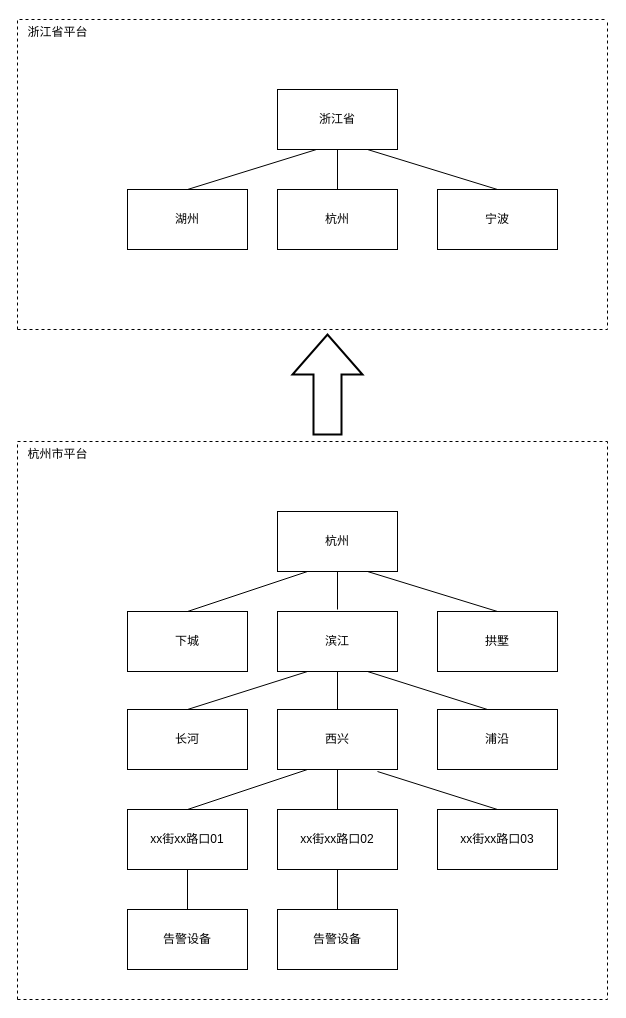
The draw.io diagram page "资源树示例" (2 of 5) of 项目介绍.drawio in hysteriai/hysteria, before the edit. Source tidied: cells renumbered, new cells numbered last; positions are measured from the earlier drawing's top-left corner, leaving out a move shared by most shapes. Both pictures are drawn from the tidied source at 100%, with x=0, y=0 at pixel (17, 17).
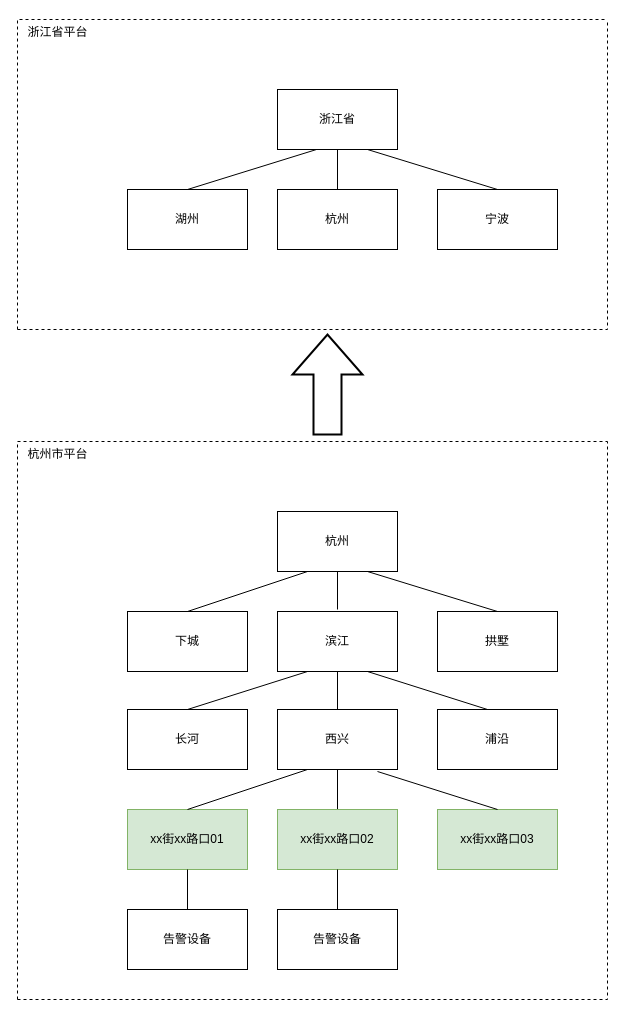
The same diagram, later.

Change to the diagram source:
```diff
@@
-    <mxCell id="24" value="xx街xx路口02" style="rounded=0;whiteSpace=wrap;html=1;" parent="1" vertex="1">
+    <mxCell id="24" value="xx街xx路口02" style="rounded=0;whiteSpace=wrap;html=1;fillColor=#d5e8d4;strokeColor=#82b366;" parent="1" vertex="1">
       <mxGeometry x="260" y="792" width="120" height="60" as="geometry" />
     </mxCell>
-    <mxCell id="25" value="xx街xx路口01" style="rounded=0;whiteSpace=wrap;html=1;" parent="1" vertex="1">
+    <mxCell id="25" value="xx街xx路口01" style="rounded=0;whiteSpace=wrap;html=1;fillColor=#d5e8d4;strokeColor=#82b366;" parent="1" vertex="1">
       <mxGeometry x="110" y="792" width="120" height="60" as="geometry" />
     </mxCell>
-    <mxCell id="26" value="xx街xx路口03" style="rounded=0;whiteSpace=wrap;html=1;" parent="1" vertex="1">
+    <mxCell id="26" value="xx街xx路口03" style="rounded=0;whiteSpace=wrap;html=1;fillColor=#d5e8d4;strokeColor=#82b366;" parent="1" vertex="1">
       <mxGeometry x="420" y="792" width="120" height="60" as="geometry" />
     </mxCell>
```
